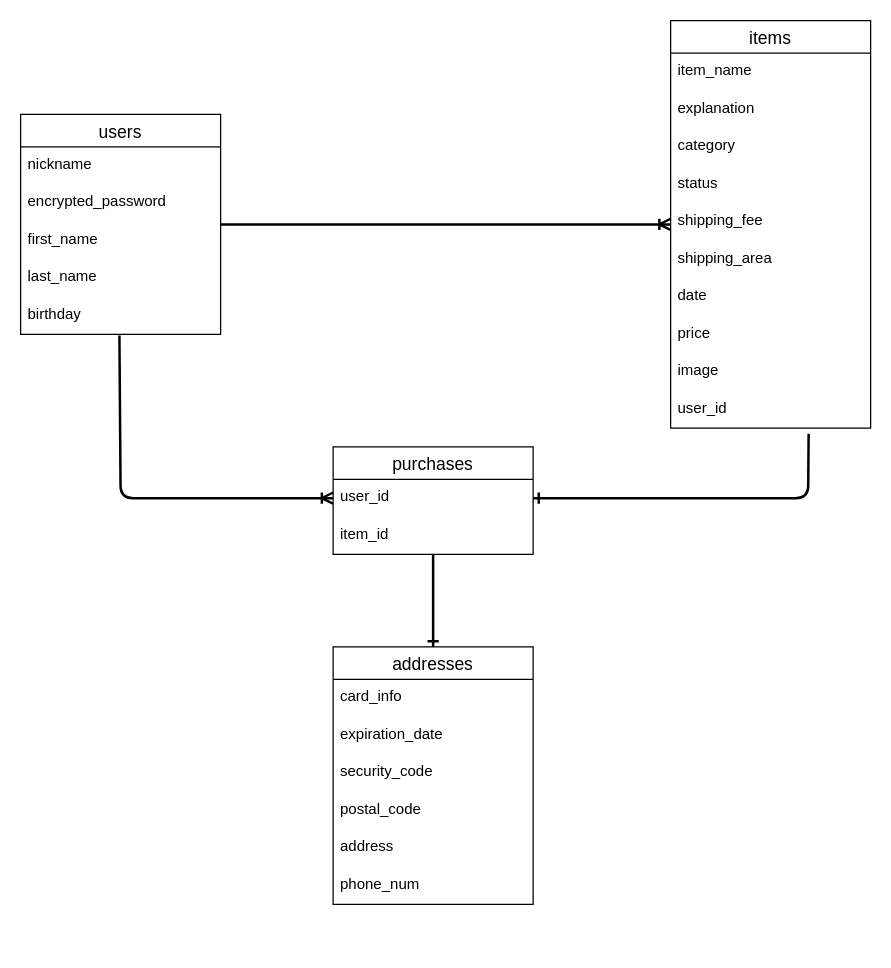
Earlier version of the draw.io diagram furima.dio (aa-naoki/furima-35853). Source tidied: cells renumbered, new cells numbered last; positions are measured from the earlier drawing's top-left corner, leaving out a move shared by most shapes. Both pictures are drawn from the tidied source at 125%, with x=0, y=0 at pixel (20, 20).
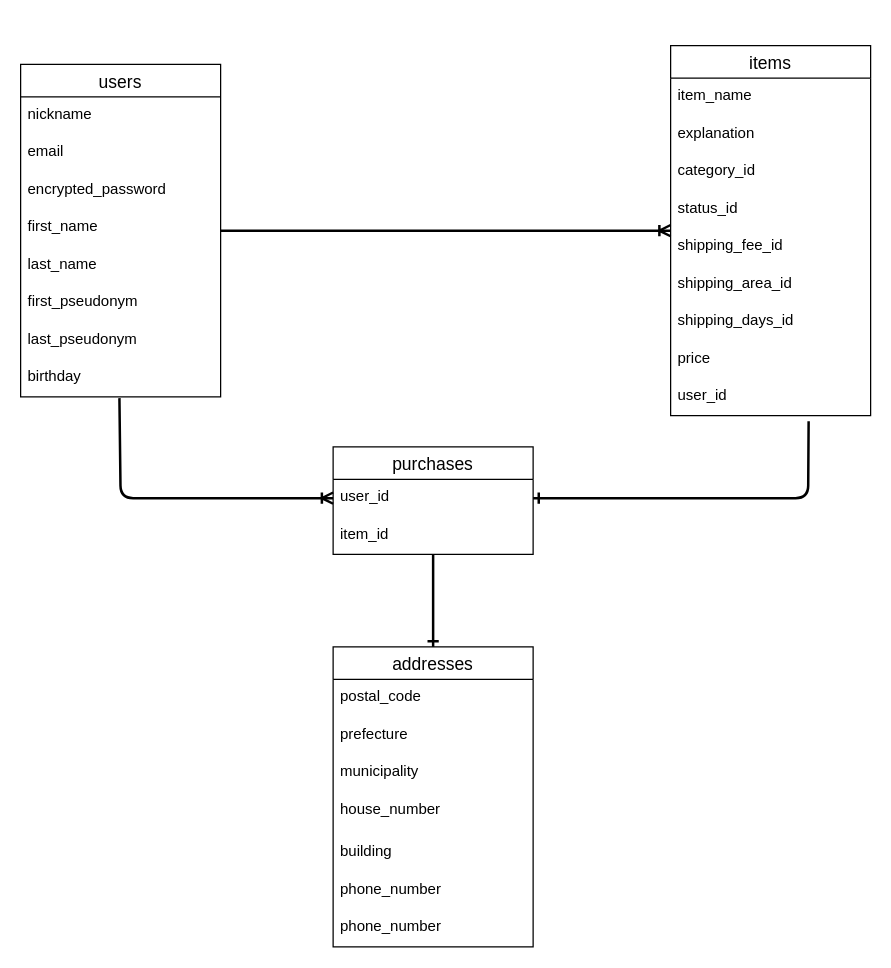
After the change.

Commit message (it also covers changes not shown here):
ER図・READMEの修正

The edit, as a diff of the source:
```diff
@@
     <mxCell id="2" value="users" style="swimlane;fontStyle=0;horizontal=1;startSize=26;align=center;fontSize=14;" parent="1" vertex="1">
-      <mxGeometry y="75" width="160" height="176" as="geometry" />
+      <mxGeometry y="35" width="160" height="266" as="geometry" />
     </mxCell>
@@
+    <mxCell id="33" value="email" style="text;strokeColor=none;fillColor=none;spacingLeft=4;spacingRight=4;overflow=hidden;fontSize=12;" parent="2" vertex="1">
+      <mxGeometry y="56" width="160" height="30" as="geometry" />
+    </mxCell>
     <mxCell id="4" value="encrypted_password" style="text;strokeColor=none;fillColor=none;spacingLeft=4;spacingRight=4;overflow=hidden;fontSize=12;" parent="2" vertex="1">
-      <mxGeometry y="56" width="160" height="30" as="geometry" />
+      <mxGeometry y="86" width="160" height="30" as="geometry" />
     </mxCell>
     <mxCell id="5" value="first_name" style="text;strokeColor=none;fillColor=none;spacingLeft=4;spacingRight=4;overflow=hidden;fontSize=12;" parent="2" vertex="1">
-      <mxGeometry y="86" width="160" height="30" as="geometry" />
+      <mxGeometry y="116" width="160" height="30" as="geometry" />
     </mxCell>
     <mxCell id="6" value="last_name" style="text;strokeColor=none;fillColor=none;spacingLeft=4;spacingRight=4;overflow=hidden;fontSize=12;" parent="2" vertex="1">
-      <mxGeometry y="116" width="160" height="30" as="geometry" />
+      <mxGeometry y="146" width="160" height="30" as="geometry" />
     </mxCell>
+    <mxCell id="34" value="first_pseudonym" style="text;strokeColor=none;fillColor=none;spacingLeft=4;spacingRight=4;overflow=hidden;fontSize=12;" parent="2" vertex="1">
+      <mxGeometry y="176" width="160" height="30" as="geometry" />
+    </mxCell>
+    <mxCell id="35" value="last_pseudonym" style="text;strokeColor=none;fillColor=none;spacingLeft=4;spacingRight=4;overflow=hidden;fontSize=12;" parent="2" vertex="1">
+      <mxGeometry y="206" width="160" height="30" as="geometry" />
+    </mxCell>
     <mxCell id="7" value="birthday" style="text;strokeColor=none;fillColor=none;spacingLeft=4;spacingRight=4;overflow=hidden;points=[[0,0.5],[1,0.5]];portConstraint=eastwest;fontSize=12;" parent="2" vertex="1">
-      <mxGeometry y="146" width="160" height="30" as="geometry" />
+      <mxGeometry y="236" width="160" height="30" as="geometry" />
     </mxCell>
     <mxCell id="8" value="items" style="swimlane;fontStyle=0;horizontal=1;startSize=26;align=center;fontSize=14;" parent="1" vertex="1">
-      <mxGeometry x="520" width="160" height="326" as="geometry" />
+      <mxGeometry x="520" y="20" width="160" height="296" as="geometry" />
     </mxCell>
@@
-    <mxCell id="11" value="category" style="text;strokeColor=none;fillColor=none;spacingLeft=4;spacingRight=4;overflow=hidden;fontSize=12;" parent="8" vertex="1">
+    <mxCell id="11" value="category_id" style="text;strokeColor=none;fillColor=none;spacingLeft=4;spacingRight=4;overflow=hidden;fontSize=12;" parent="8" vertex="1">
       <mxGeometry y="86" width="160" height="30" as="geometry" />
     </mxCell>
-    <mxCell id="12" value="status" style="text;strokeColor=none;fillColor=none;spacingLeft=4;spacingRight=4;overflow=hidden;fontSize=12;" parent="8" vertex="1">
+    <mxCell id="12" value="status_id" style="text;strokeColor=none;fillColor=none;spacingLeft=4;spacingRight=4;overflow=hidden;fontSize=12;" parent="8" vertex="1">
       <mxGeometry y="116" width="160" height="30" as="geometry" />
     </mxCell>
-    <mxCell id="13" value="shipping_fee" style="text;strokeColor=none;fillColor=none;spacingLeft=4;spacingRight=4;overflow=hidden;fontSize=12;" parent="8" vertex="1">
+    <mxCell id="13" value="shipping_fee_id" style="text;strokeColor=none;fillColor=none;spacingLeft=4;spacingRight=4;overflow=hidden;fontSize=12;" parent="8" vertex="1">
       <mxGeometry y="146" width="160" height="30" as="geometry" />
     </mxCell>
-    <mxCell id="14" value="shipping_area" style="text;strokeColor=none;fillColor=none;spacingLeft=4;spacingRight=4;overflow=hidden;fontSize=12;" parent="8" vertex="1">
+    <mxCell id="14" value="shipping_area_id" style="text;strokeColor=none;fillColor=none;spacingLeft=4;spacingRight=4;overflow=hidden;fontSize=12;" parent="8" vertex="1">
       <mxGeometry y="176" width="160" height="30" as="geometry" />
     </mxCell>
-    <mxCell id="15" value="date" style="text;strokeColor=none;fillColor=none;spacingLeft=4;spacingRight=4;overflow=hidden;fontSize=12;" parent="8" vertex="1">
-      <mxGeometry y="206" width="160" height="30" as="geometry" />
-    </mxCell>
+    <mxCell id="36" value="shipping_days_id" style="text;strokeColor=none;fillColor=none;spacingLeft=4;spacingRight=4;overflow=hidden;fontSize=12;" parent="8" vertex="1">
+      <mxGeometry y="206" width="160" height="30" as="geometry" />
+    </mxCell>
@@
-    <mxCell id="17" value="image" style="text;strokeColor=none;fillColor=none;spacingLeft=4;spacingRight=4;overflow=hidden;fontSize=12;" parent="8" vertex="1">
-      <mxGeometry y="266" width="160" height="30" as="geometry" />
-    </mxCell>
     <mxCell id="18" value="user_id" style="text;strokeColor=none;fillColor=none;spacingLeft=4;spacingRight=4;overflow=hidden;points=[[0,0.5],[1,0.5]];portConstraint=eastwest;fontSize=12;" parent="8" vertex="1">
-      <mxGeometry y="296" width="160" height="30" as="geometry" />
+      <mxGeometry y="266" width="160" height="30" as="geometry" />
     </mxCell>
@@
     <mxCell id="24" value="addresses" style="swimlane;fontStyle=0;horizontal=1;startSize=26;align=center;fontSize=14;" parent="1" vertex="1">
-      <mxGeometry x="250" y="501" width="160" height="206" as="geometry" />
+      <mxGeometry x="250" y="501" width="160" height="240" as="geometry" />
     </mxCell>
-    <mxCell id="25" value="card_info" style="text;strokeColor=none;fillColor=none;spacingLeft=4;spacingRight=4;overflow=hidden;fontSize=12;" parent="24" vertex="1">
-      <mxGeometry y="26" width="160" height="30" as="geometry" />
-    </mxCell>
-    <mxCell id="26" value="expiration_date" style="text;strokeColor=none;fillColor=none;spacingLeft=4;spacingRight=4;overflow=hidden;fontSize=12;" parent="24" vertex="1">
-      <mxGeometry y="56" width="160" height="30" as="geometry" />
-    </mxCell>
-    <mxCell id="27" value="security_code" style="text;strokeColor=none;fillColor=none;spacingLeft=4;spacingRight=4;overflow=hidden;fontSize=12;" parent="24" vertex="1">
-      <mxGeometry y="86" width="160" height="30" as="geometry" />
-    </mxCell>
     <mxCell id="28" value="postal_code" style="text;strokeColor=none;fillColor=none;spacingLeft=4;spacingRight=4;overflow=hidden;fontSize=12;" parent="24" vertex="1">
-      <mxGeometry y="116" width="160" height="30" as="geometry" />
+      <mxGeometry y="26" width="160" height="30" as="geometry" />
     </mxCell>
-    <mxCell id="29" value="address" style="text;strokeColor=none;fillColor=none;spacingLeft=4;spacingRight=4;overflow=hidden;fontSize=12;" parent="24" vertex="1">
-      <mxGeometry y="146" width="160" height="30" as="geometry" />
+    <mxCell id="29" value="prefecture" style="text;strokeColor=none;fillColor=none;spacingLeft=4;spacingRight=4;overflow=hidden;fontSize=12;" parent="24" vertex="1">
+      <mxGeometry y="56" width="160" height="30" as="geometry" />
     </mxCell>
-    <mxCell id="30" value="phone_num" style="text;strokeColor=none;fillColor=none;spacingLeft=4;spacingRight=4;overflow=hidden;fontSize=12;" parent="24" vertex="1">
-      <mxGeometry y="176" width="160" height="30" as="geometry" />
+    <mxCell id="30" value="municipality" style="text;strokeColor=none;fillColor=none;spacingLeft=4;spacingRight=4;overflow=hidden;fontSize=12;" parent="24" vertex="1">
+      <mxGeometry y="86" width="160" height="30" as="geometry" />
     </mxCell>
+    <mxCell id="37" value="house_number" style="text;strokeColor=none;fillColor=none;spacingLeft=4;spacingRight=4;overflow=hidden;fontSize=12;" parent="24" vertex="1">
+      <mxGeometry y="116" width="160" height="34" as="geometry" />
+    </mxCell>
+    <mxCell id="38" value="building" style="text;strokeColor=none;fillColor=none;spacingLeft=4;spacingRight=4;overflow=hidden;fontSize=12;" parent="24" vertex="1">
+      <mxGeometry y="150" width="160" height="30" as="geometry" />
+    </mxCell>
+    <mxCell id="39" value="phone_number" style="text;strokeColor=none;fillColor=none;spacingLeft=4;spacingRight=4;overflow=hidden;fontSize=12;" parent="24" vertex="1">
+      <mxGeometry y="180" width="160" height="30" as="geometry" />
+    </mxCell>
+    <mxCell id="40" value="phone_number" style="text;strokeColor=none;fillColor=none;spacingLeft=4;spacingRight=4;overflow=hidden;fontSize=12;" parent="24" vertex="1">
+      <mxGeometry y="210" width="160" height="30" as="geometry" />
+    </mxCell>
```
